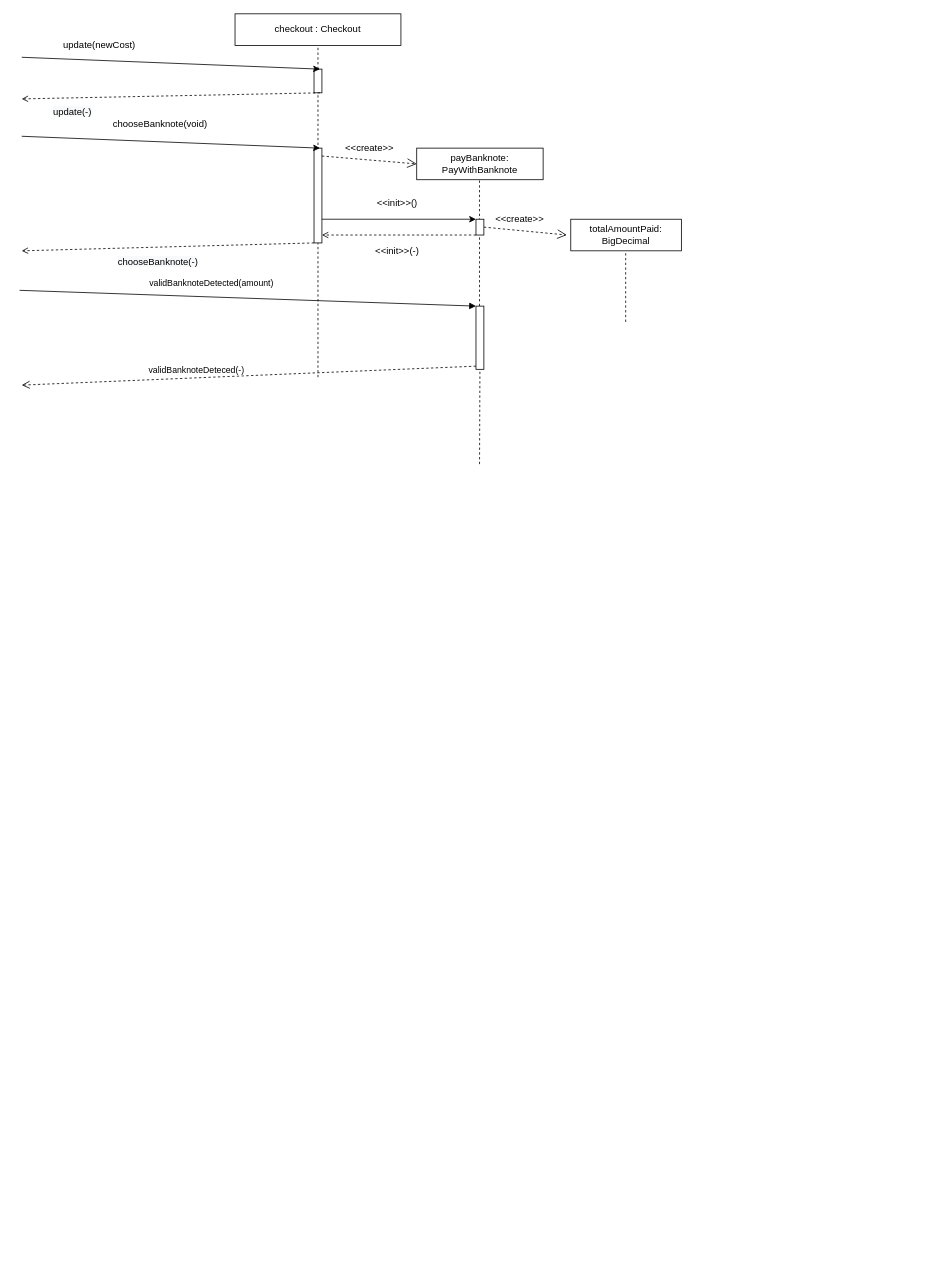
Above: page "Payment" (2 of 3) of Diagrams/SequenceDiagrams/SequenceDiagrams.drawio in adam-25/Self-Checkout-System (draw.io), before the change. Source tidied: cells renumbered, new cells numbered last; positions are measured from the earlier drawing's top-left corner, leaving out a move shared by most shapes. Both pictures are drawn from the tidied source at 79%, with x=0, y=0 at pixel (19, 13).
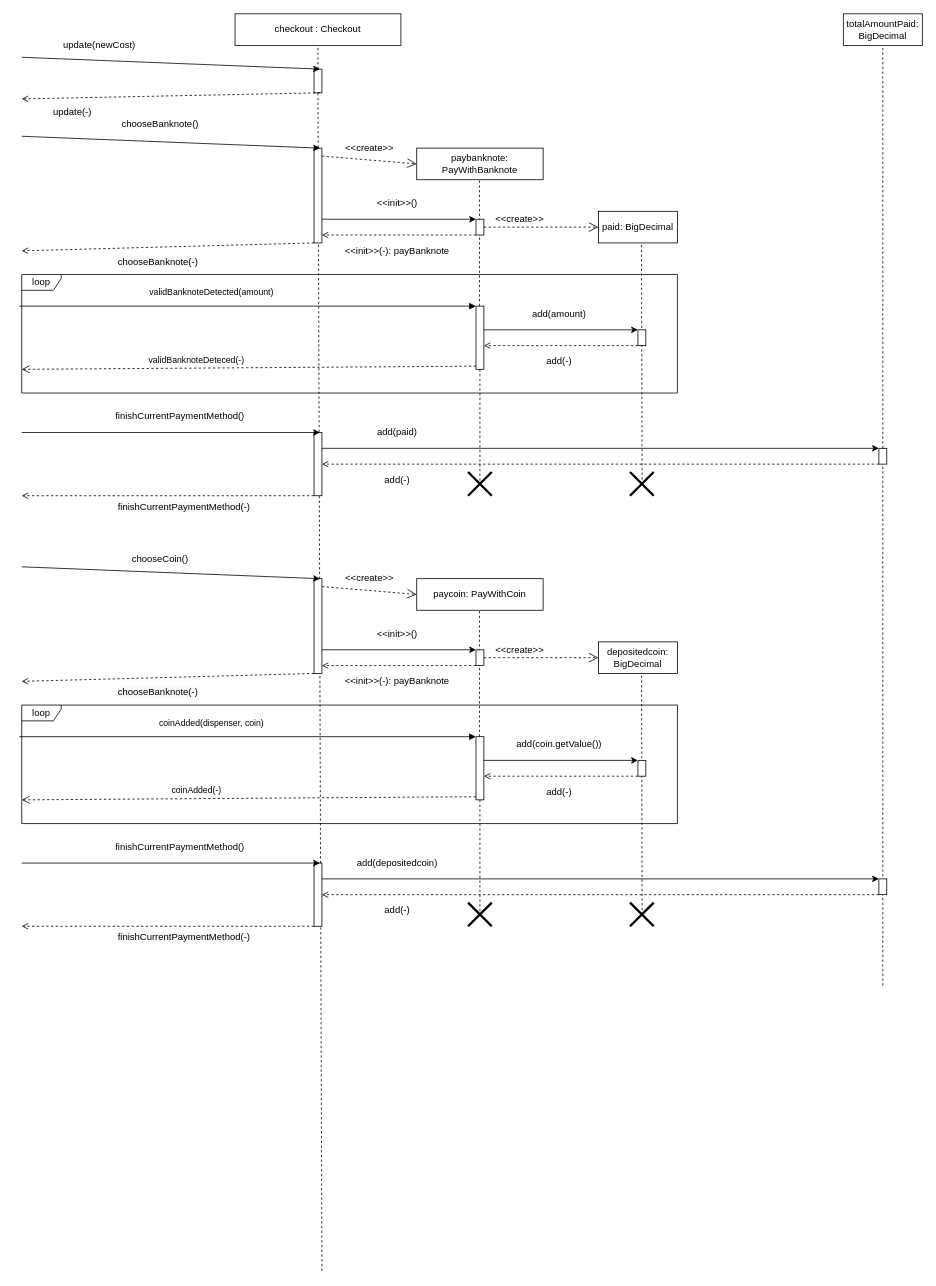
Above is the later version.

Unchanged cells that the change refers to:
```xml
<mxCell id="2" style="rounded=0;whiteSpace=wrap;html=1;" parent="1" vertex="1">
  <mxGeometry x="373" y="70" width="10" height="30" as="geometry" />
</mxCell>
<mxCell id="21" style="html=1;points=[];perimeter=orthogonalPerimeter;" parent="1" vertex="1">
  <mxGeometry x="578" y="370" width="10" height="80" as="geometry" />
</mxCell>
<mxCell id="30" style="rounded=0;whiteSpace=wrap;html=1;" parent="1" vertex="1">
  <mxGeometry x="578" y="260" width="10" height="20" as="geometry" />
</mxCell>
```

The edit, as a diff of the source:
```diff
@@
+    <mxCell id="32" value="loop" style="shape=umlFrame;whiteSpace=wrap;html=1;width=50;height=20;" parent="1" vertex="1">
+      <mxGeometry x="3" y="330" width="830" height="150" as="geometry" />
+    </mxCell>
@@
     <mxCell id="9" style="endArrow=none;dashed=1;html=1;rounded=0;entryX=0.5;entryY=1;entryDx=0;entryDy=0;startArrow=none;" parent="1" edge="1" target="2">
       <mxGeometry relative="1" as="geometry">
-        <mxPoint x="378" y="460" as="sourcePoint" />
+        <mxPoint x="383" y="1591.3" as="sourcePoint" />
       </mxGeometry>
     </mxCell>
@@
-    <mxCell id="12" value="chooseBanknote(void)" style="text;html=1;align=center;verticalAlign=middle;strokeColor=none;fillColor=none;" parent="1" vertex="1">
-      <mxGeometry x="113" y="130" width="130" height="20" as="geometry" />
+    <mxCell id="12" value="chooseBanknote()" style="text;html=1;align=center;verticalAlign=middle;strokeColor=none;fillColor=none;" parent="1" vertex="1">
+      <mxGeometry x="123" y="130" width="110" height="20" as="geometry" />
     </mxCell>
@@
-    <mxCell id="15" value="payBanknote: PayWithBanknote" style="rounded=0;whiteSpace=wrap;html=1;" parent="1" vertex="1">
+    <mxCell id="15" value="paybanknote: PayWithBanknote" style="rounded=0;whiteSpace=wrap;html=1;" parent="1" vertex="1">
       <mxGeometry x="503" y="170" width="160" height="40" as="geometry" />
     </mxCell>
@@
     <mxCell id="19" value="validBanknoteDetected(amount)" style="html=1;verticalAlign=bottom;endArrow=block;entryX=0;entryY=0;rounded=0;" parent="1" edge="1">
       <mxGeometry x="-0.16" y="8" relative="1" as="geometry">
-        <mxPoint x="0.3" y="350" as="sourcePoint" />
+        <mxPoint y="370" as="sourcePoint" />
         <mxPoint x="578" y="370" as="targetPoint" />
       </mxGeometry>
     </mxCell>
     <mxCell id="20" value="validBanknoteDeteced(-)" style="html=1;verticalAlign=bottom;endArrow=open;dashed=1;endSize=8;exitX=0;exitY=0.95;rounded=0;" parent="1" edge="1">
       <mxGeometry x="0.23" y="-1" relative="1" as="geometry">
         <mxPoint x="578" y="446" as="sourcePoint" />
-        <mxPoint x="3" y="470" as="targetPoint" />
+        <mxPoint x="3" y="450" as="targetPoint" />
       </mxGeometry>
     </mxCell>
@@
-    <mxCell id="22" style="endArrow=none;dashed=1;html=1;rounded=0;entryX=0.5;entryY=1;entryDx=0;entryDy=0;startArrow=none;" parent="1" edge="1" target="21">
-      <mxGeometry relative="1" as="geometry">
-        <mxPoint x="582.5" y="570" as="sourcePoint" />
-      </mxGeometry>
+    <mxCell id="22" style="endArrow=none;dashed=1;html=1;rounded=0;entryX=0.5;entryY=1;entryDx=0;entryDy=0;startArrow=none;exitX=0.5;exitY=0.567;exitDx=0;exitDy=0;exitPerimeter=0;" parent="1" edge="1" source="45" target="21">
+      <mxGeometry relative="1" as="geometry" />
     </mxCell>
-    <mxCell id="23" style="endArrow=open;dashed=1;html=1;rounded=0;endFill=0;startSize=9;endSize=10;exitX=1;exitY=0.5;exitDx=0;exitDy=0;" parent="1" edge="1" source="30">
-      <mxGeometry relative="1" as="geometry">
-        <mxPoint x="693" y="280" as="targetPoint" />
-      </mxGeometry>
+    <mxCell id="23" style="endArrow=open;dashed=1;html=1;rounded=0;endFill=0;startSize=9;endSize=10;exitX=1;exitY=0.5;exitDx=0;exitDy=0;entryX=0;entryY=0.5;entryDx=0;entryDy=0;" parent="1" edge="1" source="30" target="25">
+      <mxGeometry relative="1" as="geometry" />
     </mxCell>
@@
-    <mxCell id="25" value="totalAmountPaid: BigDecimal" style="rounded=0;whiteSpace=wrap;html=1;" parent="1" vertex="1">
-      <mxGeometry x="698" y="260" width="140" height="40" as="geometry" />
+    <mxCell id="25" value="paid: BigDecimal" style="rounded=0;whiteSpace=wrap;html=1;" parent="1" vertex="1">
+      <mxGeometry x="733" y="250" width="100" height="40" as="geometry" />
     </mxCell>
-    <mxCell id="26" style="endArrow=none;dashed=1;html=1;rounded=0;entryX=0.5;entryY=1;entryDx=0;entryDy=0;startArrow=none;" parent="1" edge="1">
+    <mxCell id="26" style="endArrow=none;dashed=1;html=1;rounded=0;entryX=0.5;entryY=1;entryDx=0;entryDy=0;startArrow=none;exitX=0.511;exitY=0.522;exitDx=0;exitDy=0;exitPerimeter=0;" parent="1" edge="1" source="46">
       <mxGeometry relative="1" as="geometry">
-        <mxPoint x="767.5" y="390" as="sourcePoint" />
-        <mxPoint x="767.5" y="300" as="targetPoint" />
+        <mxPoint x="787.5" y="290" as="targetPoint" />
       </mxGeometry>
     </mxCell>
@@
-    <mxCell id="31" value="&amp;lt;&amp;lt;init&amp;gt;&amp;gt;(-)" style="text;html=1;align=center;verticalAlign=middle;strokeColor=none;fillColor=none;" parent="1" vertex="1">
-      <mxGeometry x="443" y="290" width="70" height="20" as="geometry" />
+    <mxCell id="31" value="&amp;lt;&amp;lt;init&amp;gt;&amp;gt;(-): payBanknote" style="text;html=1;align=center;verticalAlign=middle;strokeColor=none;fillColor=none;" parent="1" vertex="1">
+      <mxGeometry x="403" y="290" width="150" height="20" as="geometry" />
     </mxCell>
+    <mxCell id="33" style="endArrow=classic;html=1;rounded=0;entryX=0;entryY=0;entryDx=0;entryDy=0;exitX=1;exitY=0.75;exitDx=0;exitDy=0;" parent="1" edge="1">
+      <mxGeometry relative="1" as="geometry">
+        <mxPoint x="588" y="400" as="sourcePoint" />
+        <mxPoint x="783" y="400" as="targetPoint" />
+      </mxGeometry>
+    </mxCell>
+    <mxCell id="34" style="endArrow=open;html=1;rounded=0;exitX=0;exitY=1;exitDx=0;exitDy=0;dashed=1;endFill=0;" parent="1" edge="1" source="36">
+      <mxGeometry relative="1" as="geometry">
+        <mxPoint x="588" y="420" as="targetPoint" />
+      </mxGeometry>
+    </mxCell>
+    <mxCell id="35" value="add(amount)" style="text;html=1;align=center;verticalAlign=middle;strokeColor=none;fillColor=none;" parent="1" vertex="1">
+      <mxGeometry x="643" y="370" width="80" height="20" as="geometry" />
+    </mxCell>
+    <mxCell id="36" style="rounded=0;whiteSpace=wrap;html=1;" parent="1" vertex="1">
+      <mxGeometry x="783" y="400" width="10" height="20" as="geometry" />
+    </mxCell>
+    <mxCell id="37" value="add(-)" style="text;html=1;align=center;verticalAlign=middle;strokeColor=none;fillColor=none;" parent="1" vertex="1">
+      <mxGeometry x="658" y="430" width="50" height="20" as="geometry" />
+    </mxCell>
+    <mxCell id="38" style="rounded=0;whiteSpace=wrap;html=1;" parent="1" vertex="1">
+      <mxGeometry x="373" y="530" width="10" height="80" as="geometry" />
+    </mxCell>
+    <mxCell id="39" style="endArrow=classic;html=1;rounded=0;entryX=0;entryY=0;entryDx=0;entryDy=0;" parent="1" edge="1">
+      <mxGeometry relative="1" as="geometry">
+        <mxPoint x="3" y="530" as="sourcePoint" />
+        <mxPoint x="380.5" y="530" as="targetPoint" />
+      </mxGeometry>
+    </mxCell>
+    <mxCell id="40" value="finishCurrentPaymentMethod()" style="text;html=1;align=center;verticalAlign=middle;strokeColor=none;fillColor=none;" parent="1" vertex="1">
+      <mxGeometry x="113" y="500" width="180" height="20" as="geometry" />
+    </mxCell>
+    <mxCell id="41" style="endArrow=open;html=1;rounded=0;exitX=0;exitY=1;exitDx=0;exitDy=0;dashed=1;endFill=0;" parent="1" edge="1">
+      <mxGeometry relative="1" as="geometry">
+        <mxPoint x="373" y="610" as="sourcePoint" />
+        <mxPoint x="3" y="610" as="targetPoint" />
+      </mxGeometry>
+    </mxCell>
+    <mxCell id="42" value="&lt;span style=&quot;color: rgb(0 , 0 , 0) ; font-family: &amp;#34;helvetica&amp;#34; ; font-size: 12px ; font-style: normal ; font-weight: 400 ; letter-spacing: normal ; text-align: center ; text-indent: 0px ; text-transform: none ; word-spacing: 0px ; background-color: rgb(248 , 249 , 250) ; display: inline ; float: none&quot;&gt;finishCurrentPaymentMethod(-)&lt;/span&gt;" style="text;whiteSpace=wrap;html=1;" parent="1" vertex="1">
+      <mxGeometry x="123" y="610" width="130" height="30" as="geometry" />
+    </mxCell>
+    <mxCell id="43" value="totalAmountPaid: BigDecimal" style="rounded=0;whiteSpace=wrap;html=1;" parent="1" vertex="1">
+      <mxGeometry x="1043" width="100" height="40" as="geometry" />
+    </mxCell>
+    <mxCell id="44" style="endArrow=none;dashed=1;html=1;rounded=0;startArrow=none;" parent="1" edge="1" source="51">
+      <mxGeometry relative="1" as="geometry">
+        <mxPoint x="1093" y="40" as="targetPoint" />
+      </mxGeometry>
+    </mxCell>
+    <mxCell id="45" style="shape=umlDestroy;whiteSpace=wrap;html=1;strokeWidth=3;" parent="1" vertex="1">
+      <mxGeometry x="568" y="580" width="30" height="30" as="geometry" />
+    </mxCell>
+    <mxCell id="46" style="shape=umlDestroy;whiteSpace=wrap;html=1;strokeWidth=3;" parent="1" vertex="1">
+      <mxGeometry x="773" y="580" width="30" height="30" as="geometry" />
+    </mxCell>
+    <mxCell id="47" style="endArrow=classic;html=1;rounded=0;entryX=0;entryY=0;entryDx=0;entryDy=0;exitX=1;exitY=0.75;exitDx=0;exitDy=0;" parent="1" edge="1" target="51">
+      <mxGeometry relative="1" as="geometry">
+        <mxPoint x="383" y="550" as="sourcePoint" />
+      </mxGeometry>
+    </mxCell>
+    <mxCell id="48" style="endArrow=open;html=1;rounded=0;exitX=0;exitY=1;exitDx=0;exitDy=0;dashed=1;endFill=0;" parent="1" edge="1" source="51">
+      <mxGeometry relative="1" as="geometry">
+        <mxPoint x="383" y="570" as="targetPoint" />
+      </mxGeometry>
+    </mxCell>
+    <mxCell id="49" value="add(paid)" style="text;html=1;align=center;verticalAlign=middle;strokeColor=none;fillColor=none;" parent="1" vertex="1">
+      <mxGeometry x="443" y="520" width="70" height="20" as="geometry" />
+    </mxCell>
+    <mxCell id="50" value="add(-)" style="text;html=1;align=center;verticalAlign=middle;strokeColor=none;fillColor=none;" parent="1" vertex="1">
+      <mxGeometry x="453" y="580" width="50" height="20" as="geometry" />
+    </mxCell>
+    <mxCell id="51" style="rounded=0;whiteSpace=wrap;html=1;" parent="1" vertex="1">
+      <mxGeometry x="1088" y="550" width="10" height="20" as="geometry" />
+    </mxCell>
+    <mxCell id="52" style="endArrow=none;dashed=1;html=1;rounded=0;entryX=0.5;entryY=1;entryDx=0;entryDy=0;startArrow=none;" parent="1" edge="1" target="51">
+      <mxGeometry relative="1" as="geometry">
+        <mxPoint x="1093" y="1230" as="sourcePoint" />
+      </mxGeometry>
+    </mxCell>
+    <mxCell id="53" value="loop" style="shape=umlFrame;whiteSpace=wrap;html=1;width=50;height=20;" parent="1" vertex="1">
+      <mxGeometry x="3" y="875" width="830" height="150" as="geometry" />
+    </mxCell>
+    <mxCell id="54" style="rounded=0;whiteSpace=wrap;html=1;" parent="1" vertex="1">
+      <mxGeometry x="373" y="715" width="10" height="120" as="geometry" />
+    </mxCell>
+    <mxCell id="55" style="endArrow=classic;html=1;rounded=0;entryX=0;entryY=0;entryDx=0;entryDy=0;" parent="1" edge="1">
+      <mxGeometry relative="1" as="geometry">
+        <mxPoint x="3" y="700" as="sourcePoint" />
+        <mxPoint x="380.5" y="715" as="targetPoint" />
+      </mxGeometry>
+    </mxCell>
+    <mxCell id="56" style="endArrow=open;html=1;rounded=0;exitX=0;exitY=1;exitDx=0;exitDy=0;dashed=1;endFill=0;" parent="1" edge="1">
+      <mxGeometry relative="1" as="geometry">
+        <mxPoint x="373" y="835" as="sourcePoint" />
+        <mxPoint x="3" y="845" as="targetPoint" />
+      </mxGeometry>
+    </mxCell>
+    <mxCell id="57" value="&lt;span style=&quot;color: rgb(0 , 0 , 0) ; font-family: &amp;#34;helvetica&amp;#34; ; font-size: 12px ; font-style: normal ; font-weight: 400 ; letter-spacing: normal ; text-align: center ; text-indent: 0px ; text-transform: none ; word-spacing: 0px ; background-color: rgb(248 , 249 , 250) ; display: inline ; float: none&quot;&gt;chooseBanknote(-)&lt;/span&gt;" style="text;whiteSpace=wrap;html=1;" parent="1" vertex="1">
+      <mxGeometry x="123" y="845" width="130" height="30" as="geometry" />
+    </mxCell>
+    <mxCell id="58" value="paycoin: PayWithCoin" style="rounded=0;whiteSpace=wrap;html=1;" parent="1" vertex="1">
+      <mxGeometry x="503" y="715" width="160" height="40" as="geometry" />
+    </mxCell>
+    <mxCell id="59" style="endArrow=none;dashed=1;html=1;rounded=0;entryX=0.5;entryY=1;entryDx=0;entryDy=0;startArrow=none;" parent="1" edge="1" source="64">
+      <mxGeometry relative="1" as="geometry">
+        <mxPoint x="582.5" y="755" as="targetPoint" />
+      </mxGeometry>
+    </mxCell>
+    <mxCell id="60" style="endArrow=open;dashed=1;html=1;rounded=0;endFill=0;startSize=9;endSize=10;" parent="1" edge="1">
+      <mxGeometry relative="1" as="geometry">
+        <mxPoint x="383" y="725" as="sourcePoint" />
+        <mxPoint x="503" y="735" as="targetPoint" />
+      </mxGeometry>
+    </mxCell>
+    <mxCell id="61" value="&amp;lt;&amp;lt;create&amp;gt;&amp;gt;" style="text;html=1;align=center;verticalAlign=middle;strokeColor=none;fillColor=none;" parent="1" vertex="1">
+      <mxGeometry x="403" y="705" width="80" height="20" as="geometry" />
+    </mxCell>
+    <mxCell id="62" value="coinAdded(dispenser, coin)" style="html=1;verticalAlign=bottom;endArrow=block;entryX=0;entryY=0;rounded=0;" parent="1" edge="1">
+      <mxGeometry x="-0.16" y="8" relative="1" as="geometry">
+        <mxPoint y="915" as="sourcePoint" />
+        <mxPoint x="578" y="915" as="targetPoint" />
+      </mxGeometry>
+    </mxCell>
+    <mxCell id="63" value="coinAdded(-)" style="html=1;verticalAlign=bottom;endArrow=open;dashed=1;endSize=8;exitX=0;exitY=0.95;rounded=0;" parent="1" edge="1">
+      <mxGeometry x="0.23" y="-1" relative="1" as="geometry">
+        <mxPoint x="578" y="991" as="sourcePoint" />
+        <mxPoint x="3" y="995" as="targetPoint" />
+      </mxGeometry>
+    </mxCell>
+    <mxCell id="64" style="html=1;points=[];perimeter=orthogonalPerimeter;" parent="1" vertex="1">
+      <mxGeometry x="578" y="915" width="10" height="80" as="geometry" />
+    </mxCell>
+    <mxCell id="65" style="endArrow=none;dashed=1;html=1;rounded=0;entryX=0.5;entryY=1;entryDx=0;entryDy=0;startArrow=none;exitX=0.5;exitY=0.567;exitDx=0;exitDy=0;exitPerimeter=0;" parent="1" edge="1" source="85" target="64">
+      <mxGeometry relative="1" as="geometry" />
+    </mxCell>
+    <mxCell id="66" style="endArrow=open;dashed=1;html=1;rounded=0;endFill=0;startSize=9;endSize=10;exitX=1;exitY=0.5;exitDx=0;exitDy=0;entryX=0;entryY=0.5;entryDx=0;entryDy=0;" parent="1" edge="1" source="73" target="68">
+      <mxGeometry relative="1" as="geometry" />
+    </mxCell>
+    <mxCell id="67" value="&amp;lt;&amp;lt;create&amp;gt;&amp;gt;" style="text;html=1;align=center;verticalAlign=middle;strokeColor=none;fillColor=none;" parent="1" vertex="1">
+      <mxGeometry x="593" y="795" width="80" height="20" as="geometry" />
+    </mxCell>
+    <mxCell id="68" value="depositedcoin: BigDecimal" style="rounded=0;whiteSpace=wrap;html=1;" parent="1" vertex="1">
+      <mxGeometry x="733" y="795" width="100" height="40" as="geometry" />
+    </mxCell>
+    <mxCell id="69" style="endArrow=none;dashed=1;html=1;rounded=0;entryX=0.5;entryY=1;entryDx=0;entryDy=0;startArrow=none;exitX=0.511;exitY=0.522;exitDx=0;exitDy=0;exitPerimeter=0;" parent="1" edge="1" source="86">
+      <mxGeometry relative="1" as="geometry">
+        <mxPoint x="787.6" y="835" as="targetPoint" />
+      </mxGeometry>
+    </mxCell>
+    <mxCell id="70" style="endArrow=classic;html=1;rounded=0;entryX=0;entryY=0;entryDx=0;entryDy=0;exitX=1;exitY=0.75;exitDx=0;exitDy=0;" parent="1" edge="1" source="54">
+      <mxGeometry relative="1" as="geometry">
+        <mxPoint x="578" y="805" as="targetPoint" />
+      </mxGeometry>
+    </mxCell>
+    <mxCell id="71" style="endArrow=open;html=1;rounded=0;exitX=0;exitY=1;exitDx=0;exitDy=0;dashed=1;endFill=0;" parent="1" edge="1" source="73">
+      <mxGeometry relative="1" as="geometry">
+        <mxPoint x="383" y="825" as="targetPoint" />
+      </mxGeometry>
+    </mxCell>
+    <mxCell id="72" value="&amp;lt;&amp;lt;init&amp;gt;&amp;gt;()" style="text;html=1;align=center;verticalAlign=middle;strokeColor=none;fillColor=none;" parent="1" vertex="1">
+      <mxGeometry x="443" y="775" width="70" height="20" as="geometry" />
+    </mxCell>
+    <mxCell id="73" style="rounded=0;whiteSpace=wrap;html=1;" parent="1" vertex="1">
+      <mxGeometry x="578" y="805" width="10" height="20" as="geometry" />
+    </mxCell>
+    <mxCell id="74" value="&amp;lt;&amp;lt;init&amp;gt;&amp;gt;(-): payBanknote" style="text;html=1;align=center;verticalAlign=middle;strokeColor=none;fillColor=none;" parent="1" vertex="1">
+      <mxGeometry x="403" y="835" width="150" height="20" as="geometry" />
+    </mxCell>
+    <mxCell id="75" style="endArrow=classic;html=1;rounded=0;entryX=0;entryY=0;entryDx=0;entryDy=0;exitX=1;exitY=0.75;exitDx=0;exitDy=0;" parent="1" edge="1">
+      <mxGeometry relative="1" as="geometry">
+        <mxPoint x="588" y="945" as="sourcePoint" />
+        <mxPoint x="783" y="945" as="targetPoint" />
+      </mxGeometry>
+    </mxCell>
+    <mxCell id="76" style="endArrow=open;html=1;rounded=0;exitX=0;exitY=1;exitDx=0;exitDy=0;dashed=1;endFill=0;" parent="1" edge="1" source="78">
+      <mxGeometry relative="1" as="geometry">
+        <mxPoint x="588" y="965" as="targetPoint" />
+      </mxGeometry>
+    </mxCell>
+    <mxCell id="77" value="add(coin.getValue())" style="text;html=1;align=center;verticalAlign=middle;strokeColor=none;fillColor=none;" parent="1" vertex="1">
+      <mxGeometry x="623" y="915" width="120" height="20" as="geometry" />
+    </mxCell>
+    <mxCell id="78" style="rounded=0;whiteSpace=wrap;html=1;" parent="1" vertex="1">
+      <mxGeometry x="783" y="945" width="10" height="20" as="geometry" />
+    </mxCell>
+    <mxCell id="79" value="add(-)" style="text;html=1;align=center;verticalAlign=middle;strokeColor=none;fillColor=none;" parent="1" vertex="1">
+      <mxGeometry x="658" y="975" width="50" height="20" as="geometry" />
+    </mxCell>
+    <mxCell id="80" style="rounded=0;whiteSpace=wrap;html=1;" parent="1" vertex="1">
+      <mxGeometry x="373" y="1075" width="10" height="80" as="geometry" />
+    </mxCell>
+    <mxCell id="81" style="endArrow=classic;html=1;rounded=0;entryX=0;entryY=0;entryDx=0;entryDy=0;" parent="1" edge="1">
+      <mxGeometry relative="1" as="geometry">
+        <mxPoint x="3" y="1075" as="sourcePoint" />
+        <mxPoint x="380.5" y="1075" as="targetPoint" />
+      </mxGeometry>
+    </mxCell>
+    <mxCell id="82" value="finishCurrentPaymentMethod()" style="text;html=1;align=center;verticalAlign=middle;strokeColor=none;fillColor=none;" parent="1" vertex="1">
+      <mxGeometry x="113" y="1045" width="180" height="20" as="geometry" />
+    </mxCell>
+    <mxCell id="83" style="endArrow=open;html=1;rounded=0;exitX=0;exitY=1;exitDx=0;exitDy=0;dashed=1;endFill=0;" parent="1" edge="1">
+      <mxGeometry relative="1" as="geometry">
+        <mxPoint x="373" y="1155" as="sourcePoint" />
+        <mxPoint x="3" y="1155" as="targetPoint" />
+      </mxGeometry>
+    </mxCell>
+    <mxCell id="84" value="&lt;span style=&quot;color: rgb(0 , 0 , 0) ; font-family: &amp;#34;helvetica&amp;#34; ; font-size: 12px ; font-style: normal ; font-weight: 400 ; letter-spacing: normal ; text-align: center ; text-indent: 0px ; text-transform: none ; word-spacing: 0px ; background-color: rgb(248 , 249 , 250) ; display: inline ; float: none&quot;&gt;finishCurrentPaymentMethod(-)&lt;/span&gt;" style="text;whiteSpace=wrap;html=1;" parent="1" vertex="1">
+      <mxGeometry x="123" y="1155" width="130" height="30" as="geometry" />
+    </mxCell>
+    <mxCell id="85" style="shape=umlDestroy;whiteSpace=wrap;html=1;strokeWidth=3;" parent="1" vertex="1">
+      <mxGeometry x="568" y="1125" width="30" height="30" as="geometry" />
+    </mxCell>
+    <mxCell id="86" style="shape=umlDestroy;whiteSpace=wrap;html=1;strokeWidth=3;" parent="1" vertex="1">
+      <mxGeometry x="773" y="1125" width="30" height="30" as="geometry" />
+    </mxCell>
+    <mxCell id="87" style="endArrow=classic;html=1;rounded=0;entryX=0;entryY=0;entryDx=0;entryDy=0;exitX=1;exitY=0.75;exitDx=0;exitDy=0;" parent="1" edge="1" target="91">
+      <mxGeometry relative="1" as="geometry">
+        <mxPoint x="383" y="1095" as="sourcePoint" />
+      </mxGeometry>
+    </mxCell>
+    <mxCell id="88" style="endArrow=open;html=1;rounded=0;exitX=0;exitY=1;exitDx=0;exitDy=0;dashed=1;endFill=0;" parent="1" edge="1" source="91">
+      <mxGeometry relative="1" as="geometry">
+        <mxPoint x="383" y="1115" as="targetPoint" />
+      </mxGeometry>
+    </mxCell>
+    <mxCell id="89" value="add(depositedcoin)" style="text;html=1;align=center;verticalAlign=middle;strokeColor=none;fillColor=none;" parent="1" vertex="1">
+      <mxGeometry x="418" y="1065" width="120" height="20" as="geometry" />
+    </mxCell>
+    <mxCell id="90" value="add(-)" style="text;html=1;align=center;verticalAlign=middle;strokeColor=none;fillColor=none;" parent="1" vertex="1">
+      <mxGeometry x="453" y="1125" width="50" height="20" as="geometry" />
+    </mxCell>
+    <mxCell id="91" style="rounded=0;whiteSpace=wrap;html=1;" parent="1" vertex="1">
+      <mxGeometry x="1088" y="1095" width="10" height="20" as="geometry" />
+    </mxCell>
+    <mxCell id="92" value="chooseCoin()" style="text;html=1;align=center;verticalAlign=middle;strokeColor=none;fillColor=none;" parent="1" vertex="1">
+      <mxGeometry x="133" y="680" width="90" height="20" as="geometry" />
+    </mxCell>
```
